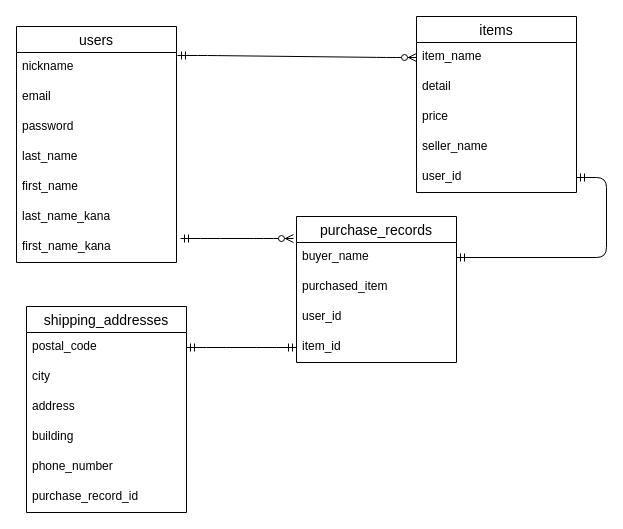
Before: furima37120.dio in ken-forest/furima-37120, a draw.io diagram. Source tidied: cells renumbered, new cells numbered last; positions are measured from the earlier drawing's top-left corner, leaving out a move shared by most shapes. Both pictures are drawn from the tidied source at 100%, with x=0, y=0 at pixel (16, 16).
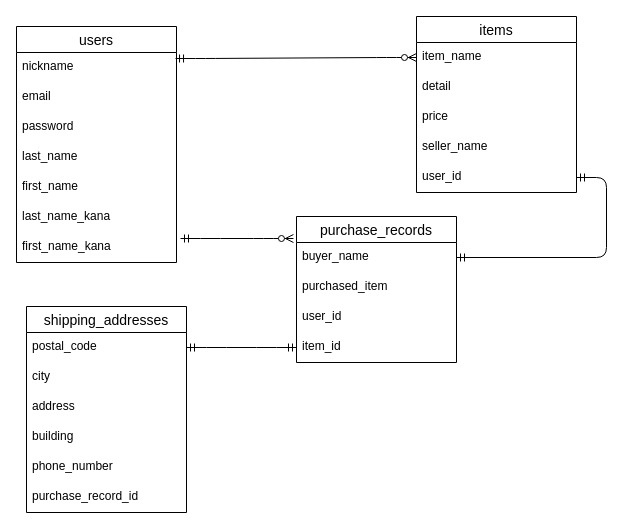
The same diagram, later.

Commit message:
ER図、usersテーブルのカラム名のpassword→encrypted_passwordに変更

Unchanged cells that the change refers to:
```xml
<mxCell id="3" value="nickname" style="text;strokeColor=none;fillColor=none;spacingLeft=4;spacingRight=4;overflow=hidden;points=[[0,0.5],[1,0.5]];portConstraint=eastwest;fontSize=12;" parent="2" vertex="1">
  <mxGeometry y="26" width="160" height="30" as="geometry" />
</mxCell>
<mxCell id="11" value="item_name" style="text;strokeColor=none;fillColor=none;spacingLeft=4;spacingRight=4;overflow=hidden;points=[[0,0.5],[1,0.5]];portConstraint=eastwest;fontSize=12;" parent="10" vertex="1">
  <mxGeometry y="26" width="160" height="30" as="geometry" />
</mxCell>
```

The edit, as a diff of the source:
```diff
@@
-    <mxCell id="31" style="edgeStyle=entityRelationEdgeStyle;fontSize=12;html=1;endArrow=ERzeroToMany;startArrow=ERmandOne;entryX=0;entryY=0.5;entryDx=0;entryDy=0;exitX=1.006;exitY=0.1;exitDx=0;exitDy=0;exitPerimeter=0;" parent="1" edge="1" source="3" target="11">
+    <mxCell id="31" style="edgeStyle=entityRelationEdgeStyle;fontSize=12;html=1;endArrow=ERzeroToMany;startArrow=ERmandOne;entryX=0;entryY=0.5;entryDx=0;entryDy=0;exitX=0.994;exitY=0.2;exitDx=0;exitDy=0;exitPerimeter=0;" parent="1" edge="1" source="3" target="11">
       <mxGeometry relative="1" as="geometry" />
     </mxCell>
```
